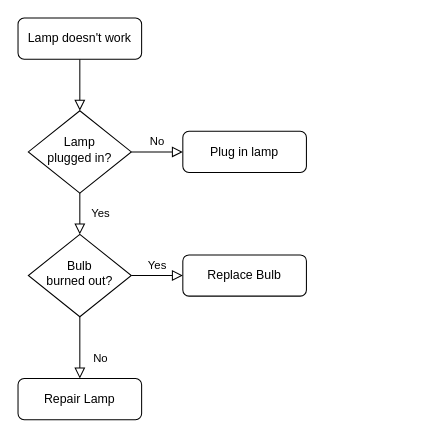
This is Untitled Diagram.drawio from LimingGao/draw_io, a draw.io file, before an edit. Source tidied: cells renumbered, new cells numbered last; positions are measured from the earlier drawing's top-left corner, leaving out a move shared by most shapes. Both pictures are drawn from the tidied source at 103%, with x=0, y=0 at pixel (18, 18). Pictures stored in the file or linked from it are replaced by grey dashed boxes.
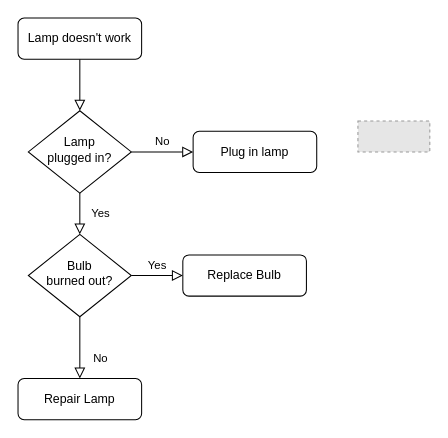
Above is the later version.

Change to the diagram source:
```diff
@@
 <mxGraphModel>
   <root>
     <mxCell id="0" />
     <mxCell id="1" parent="0" />
     <mxCell id="2" style="rounded=0;html=1;jettySize=auto;fontSize=11;endArrow=block;endFill=0;endSize=8;strokeWidth=1;shadow=0;labelBackgroundColor=none;edgeStyle=orthogonalEdgeStyle;" parent="1" edge="1" source="3" target="6">
       <mxGeometry relative="1" as="geometry" />
     </mxCell>
     <mxCell id="3" value="Lamp doesn't work" style="rounded=1;whiteSpace=wrap;html=1;fontSize=12;glass=0;strokeWidth=1;shadow=0;" parent="1" vertex="1">
       <mxGeometry width="120" height="40" as="geometry" />
     </mxCell>
     <mxCell id="4" value="Yes" style="rounded=0;html=1;jettySize=auto;fontSize=11;endArrow=block;endFill=0;endSize=8;strokeWidth=1;shadow=0;labelBackgroundColor=none;edgeStyle=orthogonalEdgeStyle;" parent="1" edge="1" source="6" target="10">
       <mxGeometry y="20" relative="1" as="geometry" />
     </mxCell>
     <mxCell id="5" value="No" style="edgeStyle=orthogonalEdgeStyle;rounded=0;html=1;jettySize=auto;fontSize=11;endArrow=block;endFill=0;endSize=8;strokeWidth=1;shadow=0;labelBackgroundColor=none;" parent="1" edge="1" source="6" target="7">
       <mxGeometry y="10" relative="1" as="geometry" />
     </mxCell>
     <mxCell id="6" value="Lamp&lt;br&gt;plugged in?" style="rhombus;whiteSpace=wrap;html=1;shadow=0;fontFamily=Helvetica;fontSize=12;align=center;strokeWidth=1;spacing=6;spacingTop=-4;" parent="1" vertex="1">
       <mxGeometry x="10" y="90" width="100" height="80" as="geometry" />
     </mxCell>
     <mxCell id="7" value="Plug in lamp" style="rounded=1;whiteSpace=wrap;html=1;fontSize=12;glass=0;strokeWidth=1;shadow=0;" parent="1" vertex="1">
-      <mxGeometry x="160" y="110" width="120" height="40" as="geometry" />
+      <mxGeometry x="170" y="110" width="120" height="40" as="geometry" />
     </mxCell>
     <mxCell id="8" value="No" style="rounded=0;html=1;jettySize=auto;fontSize=11;endArrow=block;endFill=0;endSize=8;strokeWidth=1;shadow=0;labelBackgroundColor=none;edgeStyle=orthogonalEdgeStyle;" parent="1" edge="1" source="10" target="11">
       <mxGeometry x="0.33" y="20" relative="1" as="geometry" />
     </mxCell>
     <mxCell id="9" value="Yes" style="edgeStyle=orthogonalEdgeStyle;rounded=0;html=1;jettySize=auto;fontSize=11;endArrow=block;endFill=0;endSize=8;strokeWidth=1;shadow=0;labelBackgroundColor=none;" parent="1" edge="1" source="10" target="12">
       <mxGeometry y="10" relative="1" as="geometry" />
     </mxCell>
     <mxCell id="10" value="Bulb&lt;br&gt;burned out?" style="rhombus;whiteSpace=wrap;html=1;shadow=0;fontFamily=Helvetica;fontSize=12;align=center;strokeWidth=1;spacing=6;spacingTop=-4;" parent="1" vertex="1">
       <mxGeometry x="10" y="210" width="100" height="80" as="geometry" />
     </mxCell>
     <mxCell id="11" value="Repair Lamp" style="rounded=1;whiteSpace=wrap;html=1;fontSize=12;glass=0;strokeWidth=1;shadow=0;" parent="1" vertex="1">
       <mxGeometry y="350" width="120" height="40" as="geometry" />
     </mxCell>
     <mxCell id="12" value="Replace Bulb" style="rounded=1;whiteSpace=wrap;html=1;fontSize=12;glass=0;strokeWidth=1;shadow=0;" parent="1" vertex="1">
       <mxGeometry x="160" y="230" width="120" height="40" as="geometry" />
     </mxCell>
+    <mxCell id="13" style="fillColor=#E6E6E6;strokeColor=#999999;dashed=1;verticalLabelPosition=bottom;labelBackgroundColor=#ffffff;verticalAlign=top;" parent="1" vertex="1">
+      <mxGeometry x="330" y="100" width="69.8" height="30" as="geometry" />
+    </mxCell>
   </root>
 </mxGraphModel>
```
